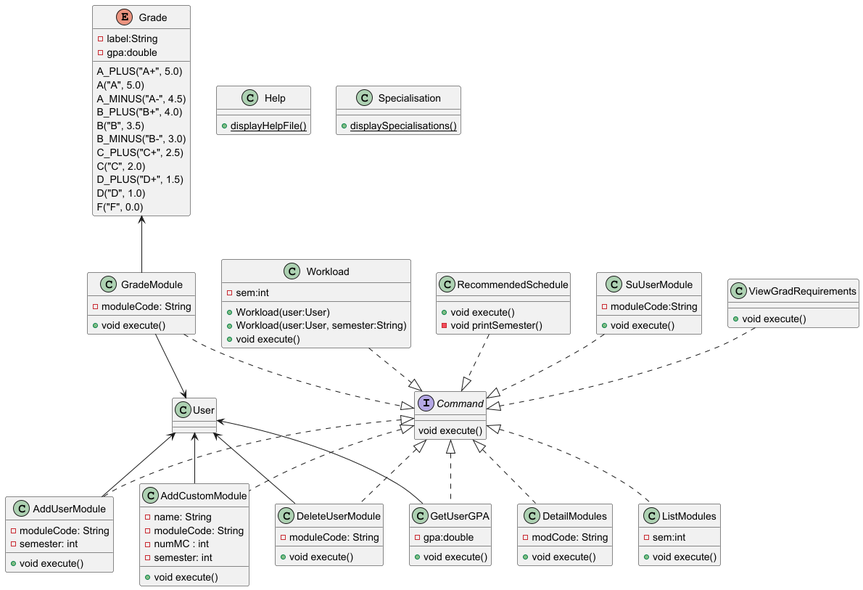
Above: docs/diagrams/Command.png in itsjoelha/tp (PlantUML), before the change. The source it was exported from:
```plantuml
@startuml


interface Command {
    void execute()
}
class AddUserModule {
    - moduleCode: String
    - semester: int
    + void execute()
}

class AddCustomModule {
    -name: String
    -moduleCode: String
    -numMC : int
    -semester: int
    + void execute()
}

class DeleteUserModule {
- moduleCode: String
    + void execute()
}
class DetailModules {
    - modCode: String
    + void execute()
}
class GetUserGPA{
- gpa:double
    + void execute()
}
class GradeModule {
- moduleCode: String
    + void execute()
}
class Help {
+ {static} displayHelpFile()
}

class ListModules {
-sem:int
    + void execute()
}

class RecommendedSchedule {
        + void execute()
        - void printSemester()
}
class Specialisation {
+{static} displaySpecialisations()
}
class SuUserModule {
-moduleCode:String
+ void execute()
}
class ViewGradRequirements {
+ void execute()
}
class Workload {
-sem:int
+Workload(user:User)
+Workload(user:User, semester:String)
+void execute()
}

enum Grade {
-label:String
-gpa:double
    A_PLUS("A+", 5.0)
    A("A", 5.0)
    A_MINUS("A-", 4.5)
    B_PLUS("B+", 4.0)
    B("B", 3.5)
    B_MINUS("B-", 3.0)
    C_PLUS("C+", 2.5)
    C("C", 2.0)
    D_PLUS("D+", 1.5)
    D("D", 1.0)
    F("F", 0.0)
}

class User

User <-- GetUserGPA
User <--AddUserModule
User <--AddCustomModule
User <-- DeleteUserModule
GradeModule --> User
Grade <-- GradeModule

Command <|-[dashed]- AddUserModule
Command <|-[dashed]- AddCustomModule
Command <|-[dashed]- DeleteUserModule
Command <|-[dashed]- DetailModules
Command <|-[dashed]- GetUserGPA
Command <|-[dashed]- ListModules

SuUserModule -[dashed]-|> Command
GradeModule -[dashed]-|> Command
RecommendedSchedule -[dashed]-|> Command
Workload -[dashed]-|> Command
ViewGradRequirements-[dashed]-|> Command



@enduml
```
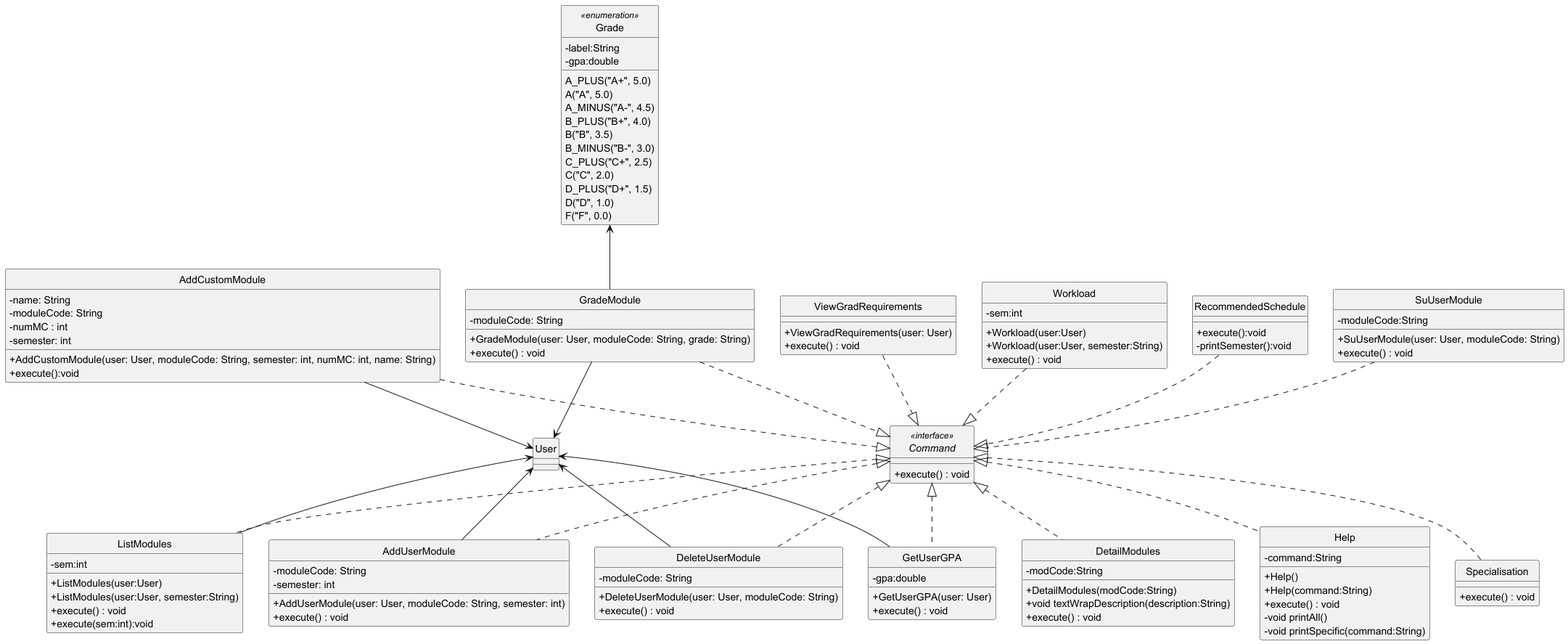
After the commit.

Commit message:
update Command Diagram

Change to the diagram source:
```diff
@@ -1,13 +1,15 @@
 @startuml
+hide circle
+skinparam classAttributeIconSize 0
 
-
-interface Command {
-    void execute()
+interface Command <<interface>>{
+    +  execute() : void
 }
 class AddUserModule {
+    +AddUserModule(user: User, moduleCode: String, semester: int)
     - moduleCode: String
     - semester: int
-    + void execute()
+    + execute() : void
 }
 
 class AddCustomModule {
@@ -15,56 +17,74 @@
     -moduleCode: String
     -numMC : int
     -semester: int
-    + void execute()
+    + AddCustomModule(user: User, moduleCode: String, semester: int, numMC: int, name: String)
+    + execute():void
 }
 
 class DeleteUserModule {
++ DeleteUserModule(user: User, moduleCode: String)
 - moduleCode: String
-    + void execute()
+    + execute() : void
 }
 class DetailModules {
-    - modCode: String
-    + void execute()
+    - modCode:String
+    + DetailModules(modCode:String)
+    + void textWrapDescription(description:String)
+    + execute() : void
 }
+
 class GetUserGPA{
 - gpa:double
-    + void execute()
++ GetUserGPA(user: User)
+    + execute() : void
 }
 class GradeModule {
 - moduleCode: String
-    + void execute()
-}
-class Help {
-+ {static} displayHelpFile()
++ GradeModule(user: User, moduleCode: String, grade: String)
+    + execute() : void
 }
 
-class ListModules {
--sem:int
-    + void execute()
+class Help {
+    - command:String
+    + Help()
+    + Help(command:String)
+    + execute() : void
+    - void printAll()
+    - void printSpecific(command:String)
 }
 
+
+class ListModules {
+    - sem:int
+    + ListModules(user:User)
+    + ListModules(user:User, semester:String)
+    + execute() : void
+    + execute(sem:int):void
+}
 class RecommendedSchedule {
-        + void execute()
-        - void printSemester()
+    + execute():void
+    - printSemester():void
 }
 class Specialisation {
-+{static} displaySpecialisations()
++ execute() : void
 }
 class SuUserModule {
 -moduleCode:String
-+ void execute()
++ SuUserModule(user: User, moduleCode: String)
++ execute() : void
 }
 class ViewGradRequirements {
-+ void execute()
++ ViewGradRequirements(user: User)
++ execute() : void
 }
 class Workload {
 -sem:int
 +Workload(user:User)
 +Workload(user:User, semester:String)
-+void execute()
++execute() : void
 }
 
-enum Grade {
+enum Grade <<enumeration>>{
 -label:String
 -gpa:double
     A_PLUS("A+", 5.0)
@@ -84,24 +104,28 @@
 
 User <-- GetUserGPA
 User <--AddUserModule
-User <--AddCustomModule
+AddCustomModule --> User
 User <-- DeleteUserModule
+User <-- ListModules
+
 GradeModule --> User
 Grade <-- GradeModule
 
+Command <|-[dashed]- Specialisation
 Command <|-[dashed]- AddUserModule
-Command <|-[dashed]- AddCustomModule
+
 Command <|-[dashed]- DeleteUserModule
 Command <|-[dashed]- DetailModules
 Command <|-[dashed]- GetUserGPA
 Command <|-[dashed]- ListModules
 
+Command <|.. Help
 SuUserModule -[dashed]-|> Command
 GradeModule -[dashed]-|> Command
 RecommendedSchedule -[dashed]-|> Command
 Workload -[dashed]-|> Command
 ViewGradRequirements-[dashed]-|> Command
-
+AddCustomModule-[dashed]-|> Command
 
 
 @enduml
```
